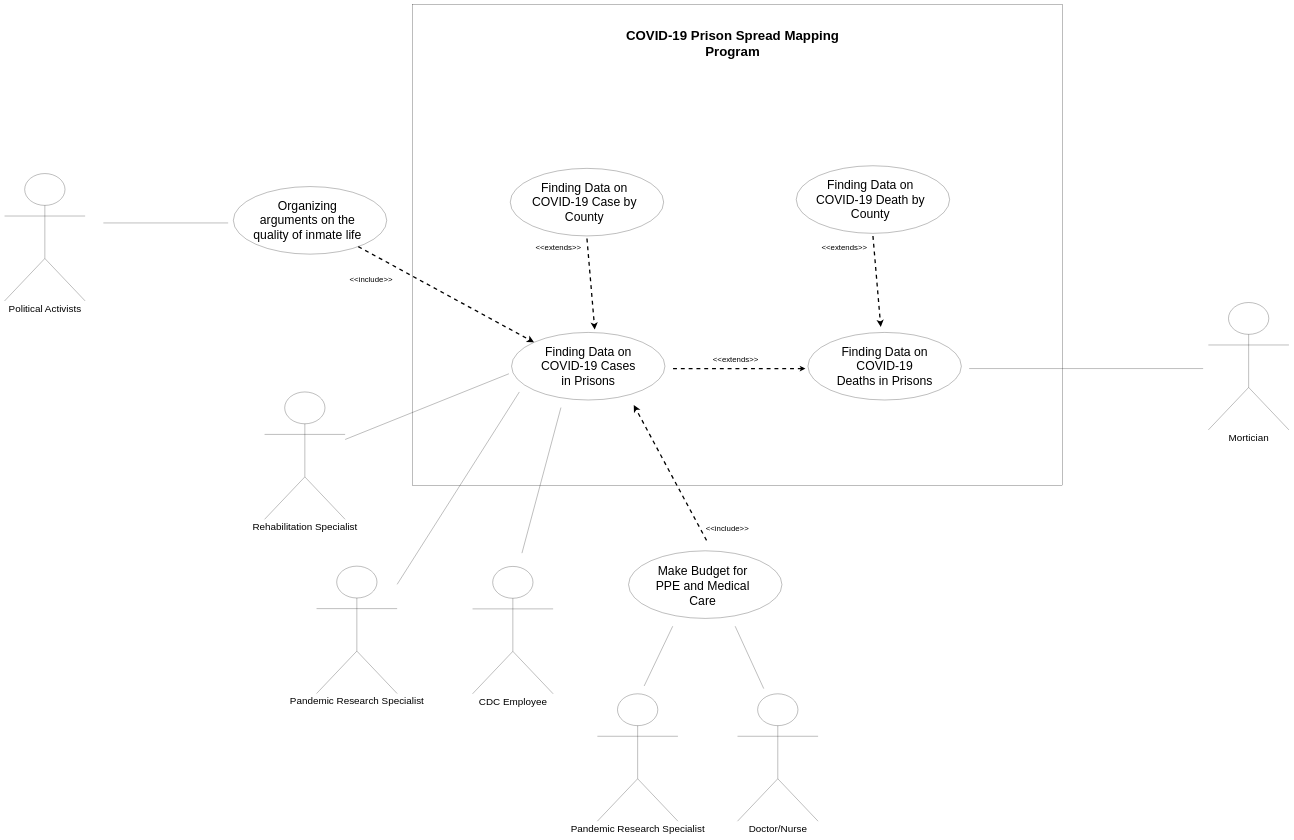
Kutoux/SoAPs keeps this draw.io diagram as SoAPs Use Case Diagram.drawio. Above is the earlier version. Source tidied: cells renumbered, new cells numbered last; positions are measured from the earlier drawing's top-left corner, leaving out a move shared by most shapes. Both pictures are drawn from the tidied source at 26%, with x=0, y=0 at pixel (4, 4).
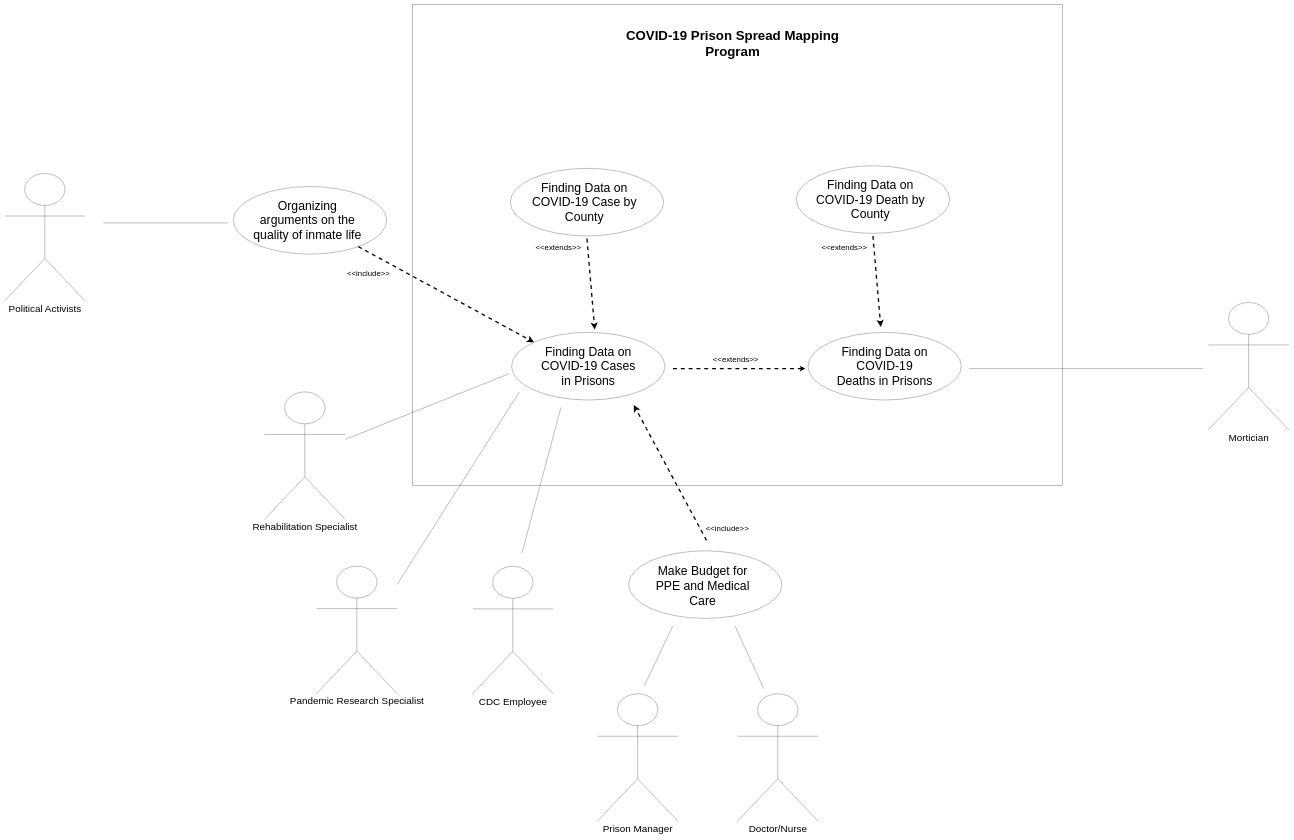
After the change.

Commit message:
typo this is the final copy

Change to the diagram source:
```diff
@@
-    <mxCell id="11" value="Pandemic Research Specialist" style="shape=umlActor;verticalLabelPosition=bottom;verticalAlign=top;html=1;fontSize=38;" parent="1" vertex="1">
+    <mxCell id="11" value="Prison Manager" style="shape=umlActor;verticalLabelPosition=bottom;verticalAlign=top;html=1;fontSize=38;" parent="1" vertex="1">
       <mxGeometry x="2280" y="2651" width="310" height="490" as="geometry" />
     </mxCell>
@@
     <mxCell id="39" value="&amp;lt;&amp;lt;include&amp;gt;&amp;gt;" style="text;html=1;strokeColor=none;fillColor=none;align=center;verticalAlign=middle;whiteSpace=wrap;rounded=0;fontSize=30;rotation=0;" parent="1" vertex="1">
-      <mxGeometry x="1220" y="990" width="380" height="130" as="geometry" />
+      <mxGeometry x="1210" y="970" width="380" height="130" as="geometry" />
     </mxCell>
```
